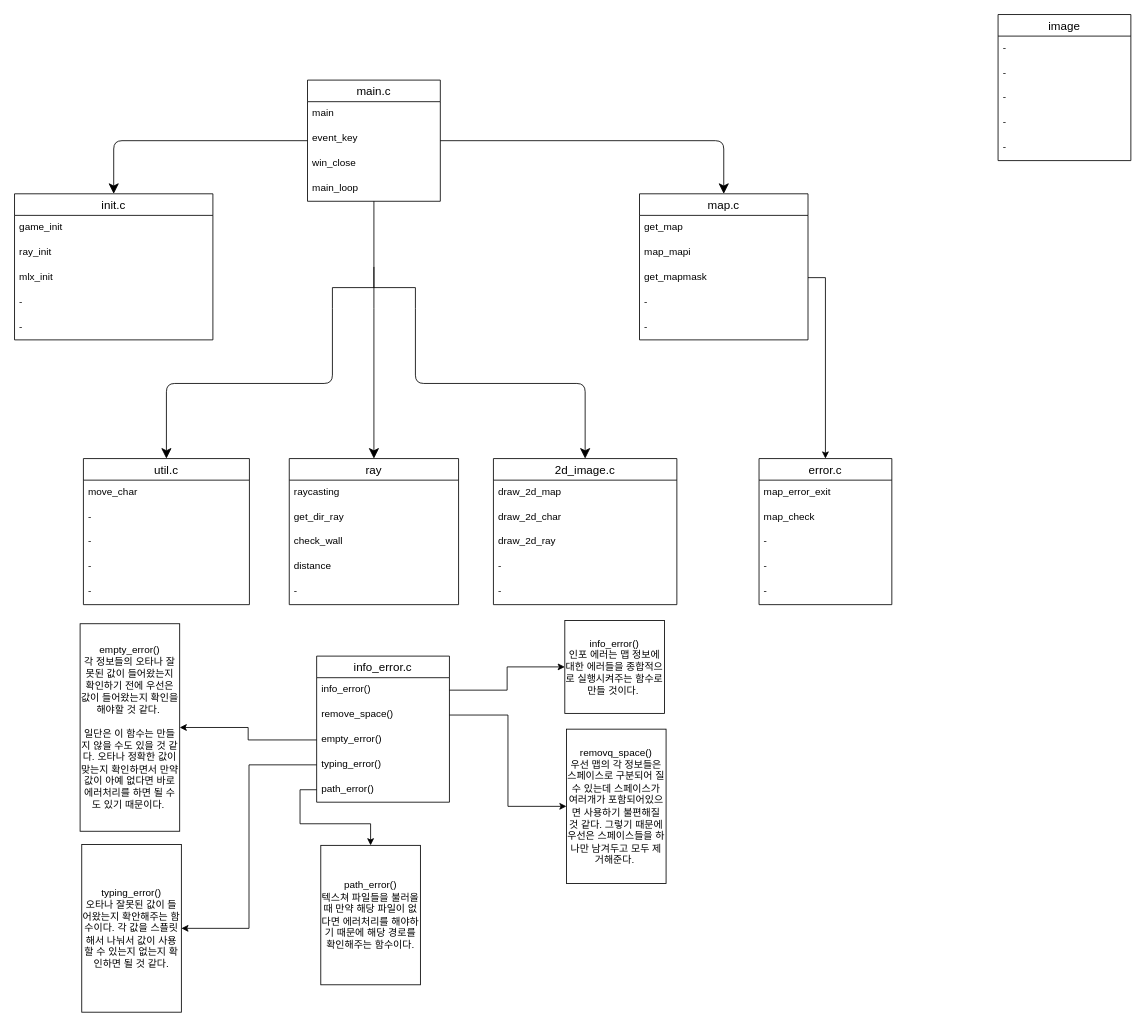
The draw.io diagram drawio/cub3d.drawio in meong99/42_seoul, before the edit. Source tidied: cells renumbered, new cells numbered last; positions are measured from the earlier drawing's top-left corner, leaving out a move shared by most shapes. Both pictures are drawn from the tidied source at 83%, with x=0, y=0 at pixel (14, 14).
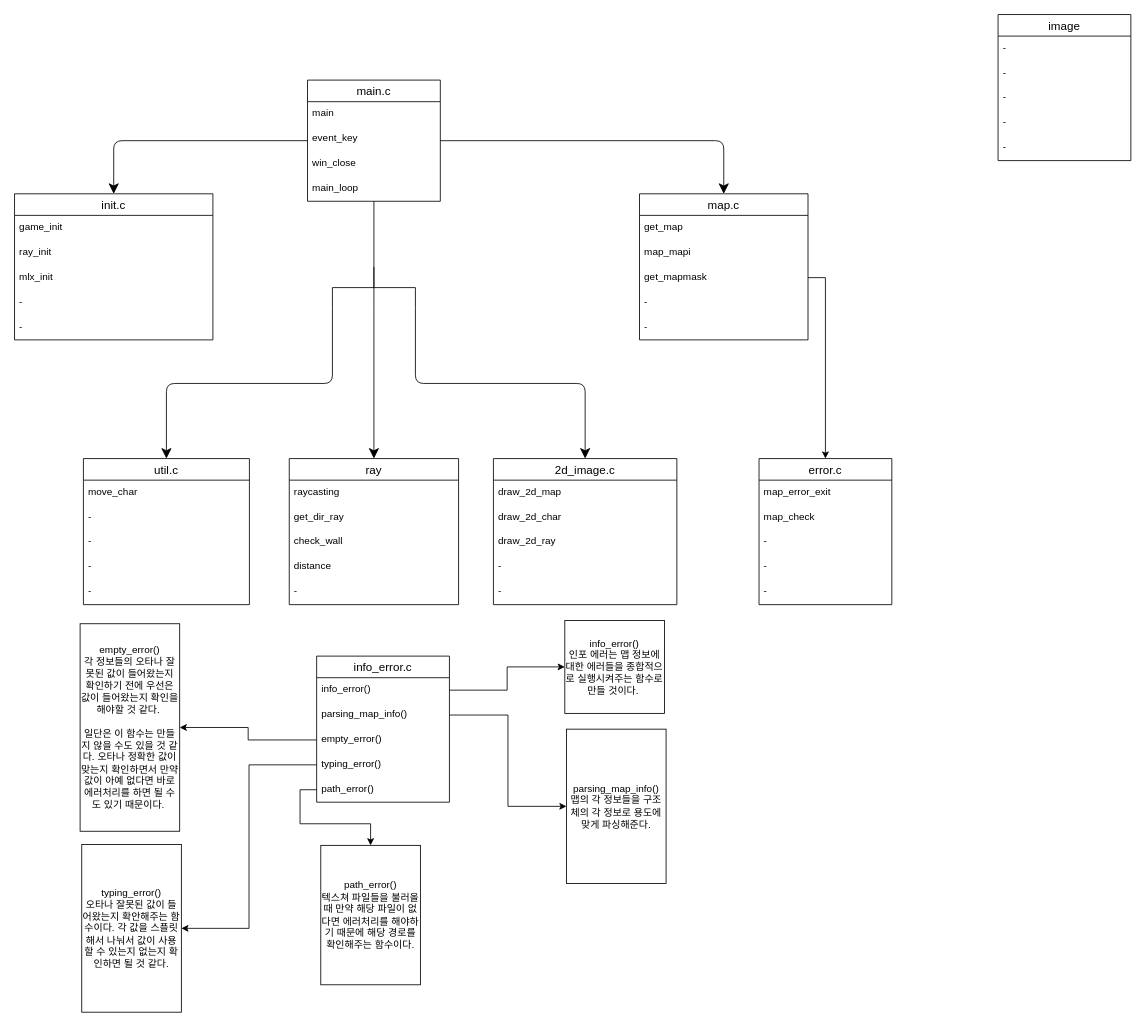
The same page after the edit.

The change refers to these unchanged cells:
```xml
<mxCell id="58" value="info_error.c" style="swimlane;fontStyle=0;horizontal=1;startSize=26;align=center;fontSize=14;fillColor=#FFFFFF;" parent="1" vertex="1">
  <mxGeometry x="364" y="773" width="160" height="176" as="geometry" />
</mxCell>
```

Diff of the diagram source:
```diff
@@
-    <mxCell id="60" value="remove_space()" style="text;strokeColor=none;fillColor=none;spacingLeft=4;spacingRight=4;overflow=hidden;points=[[0,0.5],[1,0.5]];portConstraint=eastwest;fontSize=12;" parent="58" vertex="1">
+    <mxCell id="60" value="parsing_map_info()" style="text;strokeColor=none;fillColor=none;spacingLeft=4;spacingRight=4;overflow=hidden;points=[[0,0.5],[1,0.5]];portConstraint=eastwest;fontSize=12;" parent="58" vertex="1">
       <mxGeometry y="56" width="160" height="30" as="geometry" />
     </mxCell>
@@
-    <mxCell id="65" value="removq_space()&lt;br&gt;우선 맵의 각 정보들은 스페이스로 구분되어 질 수 있는데 스페이스가 여러개가 포함되어있으면 사용하기 불편해질 것 같다. 그렇기 때문에 우선은 스페이스들을 하나만 남겨두고 모두 제거해준다.&amp;nbsp;" style="rounded=0;whiteSpace=wrap;html=1;" parent="1" vertex="1">
+    <mxCell id="65" value="&lt;span style=&quot;text-align: left&quot;&gt;parsing_map_info()&lt;/span&gt;&lt;br&gt;맵의 각 정보들을 구조체의 각 정보로 용도에 맞게 파싱해준다." style="rounded=0;whiteSpace=wrap;html=1;" parent="1" vertex="1">
       <mxGeometry x="665" y="861" width="120" height="186" as="geometry" />
     </mxCell>
```
